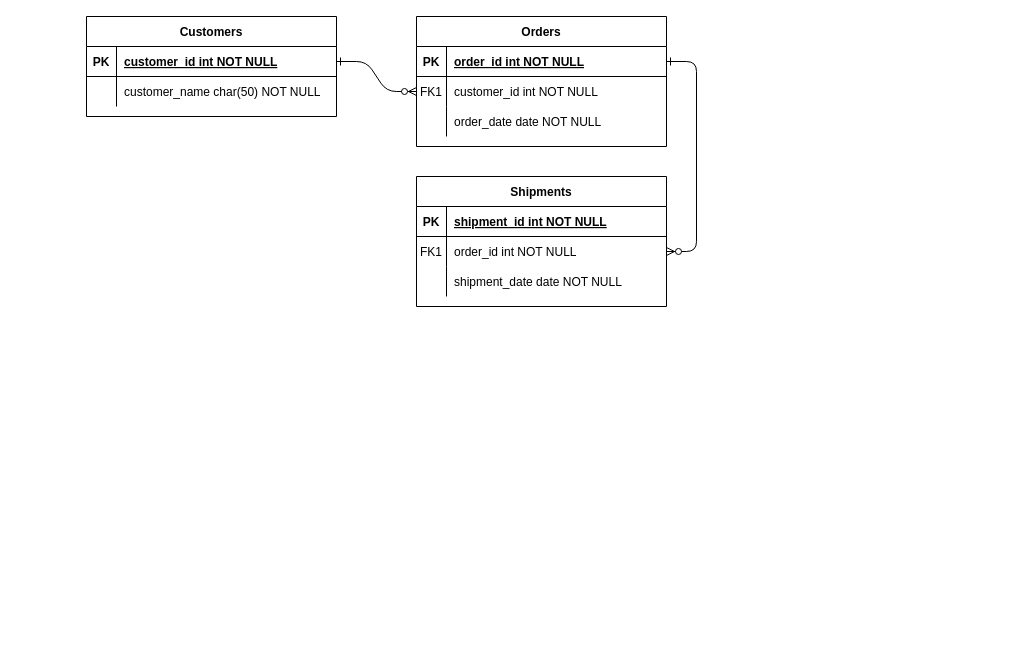
Earlier version of the draw.io diagram page "Table" (2 of 2) of wiki/Diagrams.drawio (alvarodwi/project-datsys). Source tidied: cells renumbered, new cells numbered last; positions are measured from the earlier drawing's top-left corner, leaving out a move shared by most shapes. Both pictures are drawn from the tidied source at 100%, with x=0, y=0 at pixel (86, 16).
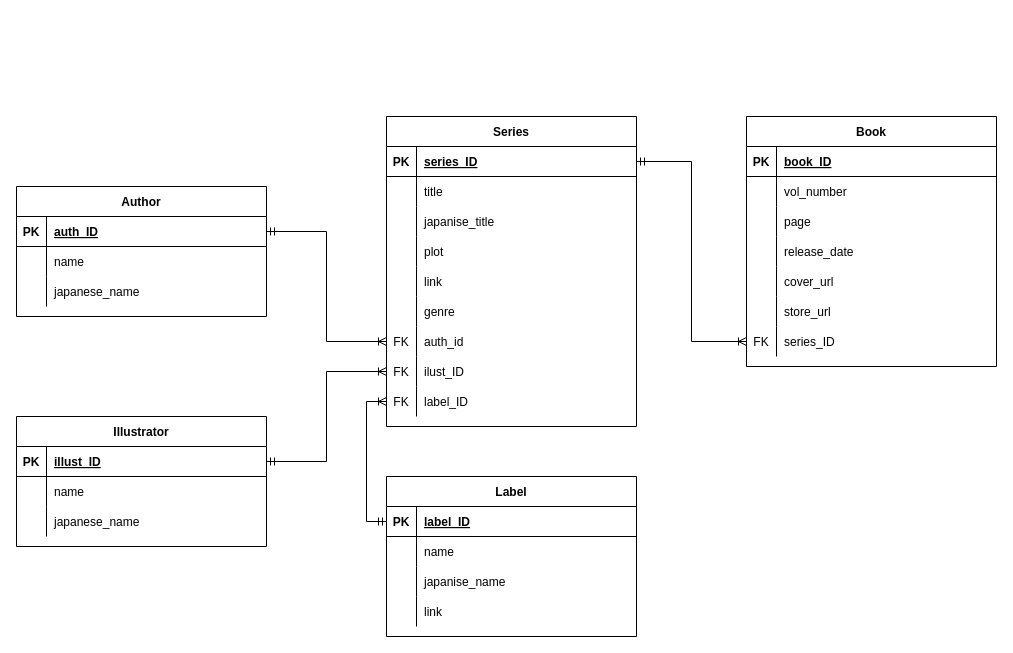
Above is the later version.

The change refers to these unchanged cells:
```xml
<mxCell id="5" style="shape=partialRectangle;fillColor=none;points=[[0,0.5],[1,0.5]];portConstraint=eastwest;top=0;left=0;right=0;bottom=1;" parent="4" vertex="1">
  <mxGeometry y="30" width="250" height="30" as="geometry" />
</mxCell>
<mxCell id="8" style="shape=partialRectangle;fillColor=none;points=[[0,0.5],[1,0.5]];portConstraint=eastwest;top=0;left=0;right=0;bottom=0;" parent="4" vertex="1">
  <mxGeometry y="60" width="250" height="30" as="geometry" />
</mxCell>
<mxCell id="11" style="shape=partialRectangle;fillColor=none;top=0;left=0;right=0;bottom=0;" parent="4" vertex="1">
  <mxGeometry y="90" width="250" height="30" as="geometry" />
</mxCell>
<mxCell id="25" style="shape=partialRectangle;fillColor=none;points=[[0,0.5],[1,0.5]];portConstraint=eastwest;top=0;left=0;right=0;bottom=1;" parent="24" vertex="1">
  <mxGeometry y="30" width="250" height="30" as="geometry" />
</mxCell>
<mxCell id="28" style="shape=partialRectangle;fillColor=none;top=0;left=0;right=0;bottom=0;" parent="24" vertex="1">
  <mxGeometry y="60" width="250" height="30" as="geometry" />
</mxCell>
```

What changed in the source:
```diff
@@
-    <mxCell id="2" style="edgeStyle=entityRelationEdgeStyle;endArrow=ERzeroToMany;startArrow=ERone;endFill=1;startFill=0;" parent="1" edge="1" source="25" target="8">
-      <mxGeometry relative="1" as="geometry" />
-    </mxCell>
-    <mxCell id="3" style="edgeStyle=entityRelationEdgeStyle;endArrow=ERzeroToMany;startArrow=ERone;endFill=1;startFill=0;" parent="1" edge="1" source="5" target="18">
-      <mxGeometry relative="1" as="geometry" />
-    </mxCell>
-    <mxCell id="4" value="Orders" style="shape=table;startSize=30;childLayout=tableLayout;rowLines=0;fontStyle=1;align=center;" parent="1" vertex="1">
-      <mxGeometry x="330" width="250" height="130" as="geometry" />
+    <mxCell id="4" value="Series" style="shape=table;startSize=30;childLayout=tableLayout;rowLines=0;fontStyle=1;align=center;" parent="1" vertex="1">
+      <mxGeometry x="300" y="100" width="250" height="310" as="geometry" />
     </mxCell>
@@
-    <mxCell id="7" value="order_id int NOT NULL " style="shape=partialRectangle;overflow=hidden;fillColor=none;top=0;left=0;bottom=0;right=0;align=left;spacingLeft=6;fontStyle=5;" parent="5" vertex="1">
+    <mxCell id="7" value="series_ID" style="shape=partialRectangle;overflow=hidden;fillColor=none;top=0;left=0;bottom=0;right=0;align=left;spacingLeft=6;fontStyle=5;" parent="5" vertex="1">
       <mxGeometry x="30" width="220" height="30" as="geometry" />
     </mxCell>
@@
-    <mxCell id="9" value="FK1" style="shape=partialRectangle;overflow=hidden;fillColor=none;top=0;left=0;bottom=0;right=0;" parent="8" vertex="1">
+    <mxCell id="9" style="shape=partialRectangle;overflow=hidden;fillColor=none;top=0;left=0;bottom=0;right=0;" parent="8" vertex="1">
       <mxGeometry width="30" height="30" as="geometry" />
     </mxCell>
-    <mxCell id="10" value="customer_id int NOT NULL" style="shape=partialRectangle;overflow=hidden;fillColor=none;top=0;left=0;bottom=0;right=0;align=left;spacingLeft=6;" parent="8" vertex="1">
+    <mxCell id="10" value="title" style="shape=partialRectangle;overflow=hidden;fillColor=none;top=0;left=0;bottom=0;right=0;align=left;spacingLeft=6;" parent="8" vertex="1">
       <mxGeometry x="30" width="220" height="30" as="geometry" />
     </mxCell>
@@
-    <mxCell id="13" value="order_date date NOT NULL" style="shape=partialRectangle;overflow=hidden;fillColor=none;top=0;left=0;bottom=0;right=0;align=left;spacingLeft=6;" parent="11" vertex="1">
+    <mxCell id="13" value="japanise_title" style="shape=partialRectangle;overflow=hidden;fillColor=none;top=0;left=0;bottom=0;right=0;align=left;spacingLeft=6;" parent="11" vertex="1">
       <mxGeometry x="30" width="220" height="30" as="geometry" />
     </mxCell>
-    <mxCell id="14" value="Shipments" style="shape=table;startSize=30;childLayout=tableLayout;rowLines=0;fontStyle=1;align=center;" parent="1" vertex="1">
-      <mxGeometry x="330" y="160" width="250" height="130" as="geometry" />
-    </mxCell>
-    <mxCell id="15" style="shape=partialRectangle;fillColor=none;top=0;left=0;right=0;bottom=1;" parent="14" vertex="1">
-      <mxGeometry y="30" width="250" height="30" as="geometry" />
-    </mxCell>
-    <mxCell id="16" value="PK" style="shape=partialRectangle;overflow=hidden;fillColor=none;top=0;left=0;bottom=0;right=0;fontStyle=1;" parent="15" vertex="1">
-      <mxGeometry width="30" height="30" as="geometry" />
-    </mxCell>
-    <mxCell id="17" value="shipment_id int NOT NULL " style="shape=partialRectangle;overflow=hidden;fillColor=none;top=0;left=0;bottom=0;right=0;align=left;spacingLeft=6;fontStyle=5;" parent="15" vertex="1">
-      <mxGeometry x="30" width="220" height="30" as="geometry" />
-    </mxCell>
-    <mxCell id="18" style="shape=partialRectangle;fillColor=none;points=[[0,0.5],[1,0.5]];portConstraint=eastwest;top=0;left=0;right=0;bottom=0;" parent="14" vertex="1">
-      <mxGeometry y="60" width="250" height="30" as="geometry" />
-    </mxCell>
-    <mxCell id="19" value="FK1" style="shape=partialRectangle;overflow=hidden;fillColor=none;top=0;left=0;bottom=0;right=0;" parent="18" vertex="1">
-      <mxGeometry width="30" height="30" as="geometry" />
-    </mxCell>
-    <mxCell id="20" value="order_id int NOT NULL" style="shape=partialRectangle;overflow=hidden;fillColor=none;top=0;left=0;bottom=0;right=0;align=left;spacingLeft=6;" parent="18" vertex="1">
-      <mxGeometry x="30" width="220" height="30" as="geometry" />
-    </mxCell>
-    <mxCell id="21" style="shape=partialRectangle;fillColor=none;top=0;left=0;right=0;bottom=0;" parent="14" vertex="1">
-      <mxGeometry y="90" width="250" height="30" as="geometry" />
-    </mxCell>
-    <mxCell id="22" style="shape=partialRectangle;overflow=hidden;fillColor=none;top=0;left=0;bottom=0;right=0;" parent="21" vertex="1">
-      <mxGeometry width="30" height="30" as="geometry" />
-    </mxCell>
-    <mxCell id="23" value="shipment_date date NOT NULL" style="shape=partialRectangle;overflow=hidden;fillColor=none;top=0;left=0;bottom=0;right=0;align=left;spacingLeft=6;" parent="21" vertex="1">
-      <mxGeometry x="30" width="220" height="30" as="geometry" />
-    </mxCell>
+    <mxCell id="31" style="shape=partialRectangle;fillColor=none;top=0;left=0;right=0;bottom=0;" parent="4" vertex="1">
+      <mxGeometry y="120" width="250" height="30" as="geometry" />
+    </mxCell>
+    <mxCell id="32" style="shape=partialRectangle;overflow=hidden;fillColor=none;top=0;left=0;bottom=0;right=0;" parent="31" vertex="1">
+      <mxGeometry width="30" height="30" as="geometry" />
+    </mxCell>
+    <mxCell id="33" value="plot" style="shape=partialRectangle;overflow=hidden;fillColor=none;top=0;left=0;bottom=0;right=0;align=left;spacingLeft=6;" parent="31" vertex="1">
+      <mxGeometry x="30" width="220" height="30" as="geometry" />
+    </mxCell>
+    <mxCell id="34" style="shape=partialRectangle;fillColor=none;top=0;left=0;right=0;bottom=0;" parent="4" vertex="1">
+      <mxGeometry y="150" width="250" height="30" as="geometry" />
+    </mxCell>
+    <mxCell id="35" style="shape=partialRectangle;overflow=hidden;fillColor=none;top=0;left=0;bottom=0;right=0;" parent="34" vertex="1">
+      <mxGeometry width="30" height="30" as="geometry" />
+    </mxCell>
+    <mxCell id="36" value="link" style="shape=partialRectangle;overflow=hidden;fillColor=none;top=0;left=0;bottom=0;right=0;align=left;spacingLeft=6;" parent="34" vertex="1">
+      <mxGeometry x="30" width="220" height="30" as="geometry" />
+    </mxCell>
+    <mxCell id="37" style="shape=partialRectangle;fillColor=none;top=0;left=0;right=0;bottom=0;" parent="4" vertex="1">
+      <mxGeometry y="180" width="250" height="30" as="geometry" />
+    </mxCell>
+    <mxCell id="38" style="shape=partialRectangle;overflow=hidden;fillColor=none;top=0;left=0;bottom=0;right=0;" parent="37" vertex="1">
+      <mxGeometry width="30" height="30" as="geometry" />
+    </mxCell>
+    <mxCell id="39" value="genre" style="shape=partialRectangle;overflow=hidden;fillColor=none;top=0;left=0;bottom=0;right=0;align=left;spacingLeft=6;" parent="37" vertex="1">
+      <mxGeometry x="30" width="220" height="30" as="geometry" />
+    </mxCell>
+    <mxCell id="40" style="shape=partialRectangle;fillColor=none;points=[[0,0.5],[1,0.5]];portConstraint=eastwest;top=0;left=0;right=0;bottom=0;" parent="4" vertex="1">
+      <mxGeometry y="210" width="250" height="30" as="geometry" />
+    </mxCell>
+    <mxCell id="41" value="FK" style="shape=partialRectangle;overflow=hidden;fillColor=none;top=0;left=0;bottom=0;right=0;" parent="40" vertex="1">
+      <mxGeometry width="30" height="30" as="geometry" />
+    </mxCell>
+    <mxCell id="42" value="auth_id" style="shape=partialRectangle;overflow=hidden;fillColor=none;top=0;left=0;bottom=0;right=0;align=left;spacingLeft=6;" parent="40" vertex="1">
+      <mxGeometry x="30" width="220" height="30" as="geometry" />
+    </mxCell>
+    <mxCell id="43" style="shape=partialRectangle;fillColor=none;points=[[0,0.5],[1,0.5]];portConstraint=eastwest;top=0;left=0;right=0;bottom=0;" parent="4" vertex="1">
+      <mxGeometry y="240" width="250" height="30" as="geometry" />
+    </mxCell>
+    <mxCell id="44" value="FK" style="shape=partialRectangle;overflow=hidden;fillColor=none;top=0;left=0;bottom=0;right=0;" parent="43" vertex="1">
+      <mxGeometry width="30" height="30" as="geometry" />
+    </mxCell>
+    <mxCell id="45" value="ilust_ID" style="shape=partialRectangle;overflow=hidden;fillColor=none;top=0;left=0;bottom=0;right=0;align=left;spacingLeft=6;" parent="43" vertex="1">
+      <mxGeometry x="30" width="220" height="30" as="geometry" />
+    </mxCell>
+    <mxCell id="46" style="shape=partialRectangle;fillColor=none;points=[[0,0.5],[1,0.5]];portConstraint=eastwest;top=0;left=0;right=0;bottom=0;" parent="4" vertex="1">
+      <mxGeometry y="270" width="250" height="30" as="geometry" />
+    </mxCell>
+    <mxCell id="47" value="FK" style="shape=partialRectangle;overflow=hidden;fillColor=none;top=0;left=0;bottom=0;right=0;" parent="46" vertex="1">
+      <mxGeometry width="30" height="30" as="geometry" />
+    </mxCell>
+    <mxCell id="48" value="label_ID" style="shape=partialRectangle;overflow=hidden;fillColor=none;top=0;left=0;bottom=0;right=0;align=left;spacingLeft=6;" parent="46" vertex="1">
+      <mxGeometry x="30" width="220" height="30" as="geometry" />
+    </mxCell>
-    <mxCell id="24" value="Customers" style="shape=table;startSize=30;childLayout=tableLayout;rowLines=0;fontStyle=1;align=center;" parent="1" vertex="1">
-      <mxGeometry width="250" height="100" as="geometry" />
+    <mxCell id="24" value="Author" style="shape=table;startSize=30;childLayout=tableLayout;rowLines=0;fontStyle=1;align=center;" parent="1" vertex="1">
+      <mxGeometry x="-70" y="170" width="250" height="130" as="geometry" />
     </mxCell>
@@
-    <mxCell id="27" value="customer_id int NOT NULL " style="shape=partialRectangle;overflow=hidden;fillColor=none;top=0;left=0;bottom=0;right=0;align=left;spacingLeft=6;fontStyle=5;" parent="25" vertex="1">
+    <mxCell id="27" value="auth_ID" style="shape=partialRectangle;overflow=hidden;fillColor=none;top=0;left=0;bottom=0;right=0;align=left;spacingLeft=6;fontStyle=5;" parent="25" vertex="1">
       <mxGeometry x="30" width="220" height="30" as="geometry" />
     </mxCell>
@@
-    <mxCell id="30" value="customer_name char(50) NOT NULL" style="shape=partialRectangle;overflow=hidden;fillColor=none;top=0;left=0;bottom=0;right=0;align=left;spacingLeft=6;" parent="28" vertex="1">
+    <mxCell id="30" value="name" style="shape=partialRectangle;overflow=hidden;fillColor=none;top=0;left=0;bottom=0;right=0;align=left;spacingLeft=6;" parent="28" vertex="1">
       <mxGeometry x="30" width="220" height="30" as="geometry" />
     </mxCell>
+    <mxCell id="49" style="shape=partialRectangle;fillColor=none;top=0;left=0;right=0;bottom=0;" parent="24" vertex="1">
+      <mxGeometry y="90" width="250" height="30" as="geometry" />
+    </mxCell>
+    <mxCell id="50" style="shape=partialRectangle;overflow=hidden;fillColor=none;top=0;left=0;bottom=0;right=0;" parent="49" vertex="1">
+      <mxGeometry width="30" height="30" as="geometry" />
+    </mxCell>
+    <mxCell id="51" value="japanese_name" style="shape=partialRectangle;overflow=hidden;fillColor=none;top=0;left=0;bottom=0;right=0;align=left;spacingLeft=6;" parent="49" vertex="1">
+      <mxGeometry x="30" width="220" height="30" as="geometry" />
+    </mxCell>
+    <mxCell id="52" value="Illustrator" style="shape=table;startSize=30;childLayout=tableLayout;rowLines=0;fontStyle=1;align=center;" parent="1" vertex="1">
+      <mxGeometry x="-70" y="400" width="250" height="130" as="geometry" />
+    </mxCell>
+    <mxCell id="53" style="shape=partialRectangle;fillColor=none;points=[[0,0.5],[1,0.5]];portConstraint=eastwest;top=0;left=0;right=0;bottom=1;" parent="52" vertex="1">
+      <mxGeometry y="30" width="250" height="30" as="geometry" />
+    </mxCell>
+    <mxCell id="54" value="PK" style="shape=partialRectangle;overflow=hidden;fillColor=none;top=0;left=0;bottom=0;right=0;fontStyle=1;" parent="53" vertex="1">
+      <mxGeometry width="30" height="30" as="geometry" />
+    </mxCell>
+    <mxCell id="55" value="illust_ID" style="shape=partialRectangle;overflow=hidden;fillColor=none;top=0;left=0;bottom=0;right=0;align=left;spacingLeft=6;fontStyle=5;" parent="53" vertex="1">
+      <mxGeometry x="30" width="220" height="30" as="geometry" />
+    </mxCell>
+    <mxCell id="56" style="shape=partialRectangle;fillColor=none;top=0;left=0;right=0;bottom=0;" parent="52" vertex="1">
+      <mxGeometry y="60" width="250" height="30" as="geometry" />
+    </mxCell>
+    <mxCell id="57" style="shape=partialRectangle;overflow=hidden;fillColor=none;top=0;left=0;bottom=0;right=0;" parent="56" vertex="1">
+      <mxGeometry width="30" height="30" as="geometry" />
+    </mxCell>
+    <mxCell id="58" value="name" style="shape=partialRectangle;overflow=hidden;fillColor=none;top=0;left=0;bottom=0;right=0;align=left;spacingLeft=6;" parent="56" vertex="1">
+      <mxGeometry x="30" width="220" height="30" as="geometry" />
+    </mxCell>
+    <mxCell id="59" style="shape=partialRectangle;fillColor=none;top=0;left=0;right=0;bottom=0;" parent="52" vertex="1">
+      <mxGeometry y="90" width="250" height="30" as="geometry" />
+    </mxCell>
+    <mxCell id="60" style="shape=partialRectangle;overflow=hidden;fillColor=none;top=0;left=0;bottom=0;right=0;" parent="59" vertex="1">
+      <mxGeometry width="30" height="30" as="geometry" />
+    </mxCell>
+    <mxCell id="61" value="japanese_name" style="shape=partialRectangle;overflow=hidden;fillColor=none;top=0;left=0;bottom=0;right=0;align=left;spacingLeft=6;" parent="59" vertex="1">
+      <mxGeometry x="30" width="220" height="30" as="geometry" />
+    </mxCell>
+    <mxCell id="62" value="Label" style="shape=table;startSize=30;childLayout=tableLayout;rowLines=0;fontStyle=1;align=center;" parent="1" vertex="1">
+      <mxGeometry x="300" y="460" width="250" height="160" as="geometry" />
+    </mxCell>
+    <mxCell id="63" style="shape=partialRectangle;fillColor=none;points=[[0,0.5],[1,0.5]];portConstraint=eastwest;top=0;left=0;right=0;bottom=1;" parent="62" vertex="1">
+      <mxGeometry y="30" width="250" height="30" as="geometry" />
+    </mxCell>
+    <mxCell id="64" value="PK" style="shape=partialRectangle;overflow=hidden;fillColor=none;top=0;left=0;bottom=0;right=0;fontStyle=1;" parent="63" vertex="1">
+      <mxGeometry width="30" height="30" as="geometry" />
+    </mxCell>
+    <mxCell id="65" value="label_ID" style="shape=partialRectangle;overflow=hidden;fillColor=none;top=0;left=0;bottom=0;right=0;align=left;spacingLeft=6;fontStyle=5;" parent="63" vertex="1">
+      <mxGeometry x="30" width="220" height="30" as="geometry" />
+    </mxCell>
+    <mxCell id="66" style="shape=partialRectangle;fillColor=none;top=0;left=0;right=0;bottom=0;" parent="62" vertex="1">
+      <mxGeometry y="60" width="250" height="30" as="geometry" />
+    </mxCell>
+    <mxCell id="67" style="shape=partialRectangle;overflow=hidden;fillColor=none;top=0;left=0;bottom=0;right=0;" parent="66" vertex="1">
+      <mxGeometry width="30" height="30" as="geometry" />
+    </mxCell>
+    <mxCell id="68" value="name" style="shape=partialRectangle;overflow=hidden;fillColor=none;top=0;left=0;bottom=0;right=0;align=left;spacingLeft=6;" parent="66" vertex="1">
+      <mxGeometry x="30" width="220" height="30" as="geometry" />
+    </mxCell>
+    <mxCell id="69" style="shape=partialRectangle;fillColor=none;top=0;left=0;right=0;bottom=0;" parent="62" vertex="1">
+      <mxGeometry y="90" width="250" height="30" as="geometry" />
+    </mxCell>
+    <mxCell id="70" style="shape=partialRectangle;overflow=hidden;fillColor=none;top=0;left=0;bottom=0;right=0;" parent="69" vertex="1">
+      <mxGeometry width="30" height="30" as="geometry" />
+    </mxCell>
+    <mxCell id="71" value="japanise_name" style="shape=partialRectangle;overflow=hidden;fillColor=none;top=0;left=0;bottom=0;right=0;align=left;spacingLeft=6;" parent="69" vertex="1">
+      <mxGeometry x="30" width="220" height="30" as="geometry" />
+    </mxCell>
+    <mxCell id="72" style="shape=partialRectangle;fillColor=none;top=0;left=0;right=0;bottom=0;" parent="62" vertex="1">
+      <mxGeometry y="120" width="250" height="30" as="geometry" />
+    </mxCell>
+    <mxCell id="73" style="shape=partialRectangle;overflow=hidden;fillColor=none;top=0;left=0;bottom=0;right=0;" parent="72" vertex="1">
+      <mxGeometry width="30" height="30" as="geometry" />
+    </mxCell>
+    <mxCell id="74" value="link" style="shape=partialRectangle;overflow=hidden;fillColor=none;top=0;left=0;bottom=0;right=0;align=left;spacingLeft=6;" parent="72" vertex="1">
+      <mxGeometry x="30" width="220" height="30" as="geometry" />
+    </mxCell>
+    <mxCell id="75" value="Book" style="shape=table;startSize=30;childLayout=tableLayout;rowLines=0;fontStyle=1;align=center;" parent="1" vertex="1">
+      <mxGeometry x="660" y="100" width="250" height="250" as="geometry" />
+    </mxCell>
+    <mxCell id="76" style="shape=partialRectangle;fillColor=none;top=0;left=0;right=0;bottom=1;" parent="75" vertex="1">
+      <mxGeometry y="30" width="250" height="30" as="geometry" />
+    </mxCell>
+    <mxCell id="77" value="PK" style="shape=partialRectangle;overflow=hidden;fillColor=none;top=0;left=0;bottom=0;right=0;fontStyle=1;" parent="76" vertex="1">
+      <mxGeometry width="30" height="30" as="geometry" />
+    </mxCell>
+    <mxCell id="78" value="book_ID" style="shape=partialRectangle;overflow=hidden;fillColor=none;top=0;left=0;bottom=0;right=0;align=left;spacingLeft=6;fontStyle=5;" parent="76" vertex="1">
+      <mxGeometry x="30" width="220" height="30" as="geometry" />
+    </mxCell>
+    <mxCell id="79" style="shape=partialRectangle;fillColor=none;top=0;left=0;right=0;bottom=0;" parent="75" vertex="1">
+      <mxGeometry y="60" width="250" height="30" as="geometry" />
+    </mxCell>
+    <mxCell id="80" style="shape=partialRectangle;overflow=hidden;fillColor=none;top=0;left=0;bottom=0;right=0;" parent="79" vertex="1">
+      <mxGeometry width="30" height="30" as="geometry" />
+    </mxCell>
+    <mxCell id="81" value="vol_number" style="shape=partialRectangle;overflow=hidden;fillColor=none;top=0;left=0;bottom=0;right=0;align=left;spacingLeft=6;" parent="79" vertex="1">
+      <mxGeometry x="30" width="220" height="30" as="geometry" />
+    </mxCell>
+    <mxCell id="82" style="shape=partialRectangle;fillColor=none;top=0;left=0;right=0;bottom=0;" parent="75" vertex="1">
+      <mxGeometry y="90" width="250" height="30" as="geometry" />
+    </mxCell>
+    <mxCell id="83" style="shape=partialRectangle;overflow=hidden;fillColor=none;top=0;left=0;bottom=0;right=0;" parent="82" vertex="1">
+      <mxGeometry width="30" height="30" as="geometry" />
+    </mxCell>
+    <mxCell id="84" value="page" style="shape=partialRectangle;overflow=hidden;fillColor=none;top=0;left=0;bottom=0;right=0;align=left;spacingLeft=6;" parent="82" vertex="1">
+      <mxGeometry x="30" width="220" height="30" as="geometry" />
+    </mxCell>
+    <mxCell id="85" style="shape=partialRectangle;fillColor=none;top=0;left=0;right=0;bottom=0;" parent="75" vertex="1">
+      <mxGeometry y="120" width="250" height="30" as="geometry" />
+    </mxCell>
+    <mxCell id="86" style="shape=partialRectangle;overflow=hidden;fillColor=none;top=0;left=0;bottom=0;right=0;" parent="85" vertex="1">
+      <mxGeometry width="30" height="30" as="geometry" />
+    </mxCell>
+    <mxCell id="87" value="release_date" style="shape=partialRectangle;overflow=hidden;fillColor=none;top=0;left=0;bottom=0;right=0;align=left;spacingLeft=6;" parent="85" vertex="1">
+      <mxGeometry x="30" width="220" height="30" as="geometry" />
+    </mxCell>
+    <mxCell id="88" style="shape=partialRectangle;fillColor=none;top=0;left=0;right=0;bottom=0;" parent="75" vertex="1">
+      <mxGeometry y="150" width="250" height="30" as="geometry" />
+    </mxCell>
+    <mxCell id="89" style="shape=partialRectangle;overflow=hidden;fillColor=none;top=0;left=0;bottom=0;right=0;" parent="88" vertex="1">
+      <mxGeometry width="30" height="30" as="geometry" />
+    </mxCell>
+    <mxCell id="90" value="cover_url" style="shape=partialRectangle;overflow=hidden;fillColor=none;top=0;left=0;bottom=0;right=0;align=left;spacingLeft=6;" parent="88" vertex="1">
+      <mxGeometry x="30" width="220" height="30" as="geometry" />
+    </mxCell>
+    <mxCell id="91" style="shape=partialRectangle;fillColor=none;top=0;left=0;right=0;bottom=0;" parent="75" vertex="1">
+      <mxGeometry y="180" width="250" height="30" as="geometry" />
+    </mxCell>
+    <mxCell id="92" style="shape=partialRectangle;overflow=hidden;fillColor=none;top=0;left=0;bottom=0;right=0;" parent="91" vertex="1">
+      <mxGeometry width="30" height="30" as="geometry" />
+    </mxCell>
+    <mxCell id="93" value="store_url" style="shape=partialRectangle;overflow=hidden;fillColor=none;top=0;left=0;bottom=0;right=0;align=left;spacingLeft=6;" parent="91" vertex="1">
+      <mxGeometry x="30" width="220" height="30" as="geometry" />
+    </mxCell>
+    <mxCell id="94" style="shape=partialRectangle;fillColor=none;points=[[0,0.5],[1,0.5]];portConstraint=eastwest;top=0;left=0;right=0;bottom=0;" parent="75" vertex="1">
+      <mxGeometry y="210" width="250" height="30" as="geometry" />
+    </mxCell>
+    <mxCell id="95" value="FK" style="shape=partialRectangle;overflow=hidden;fillColor=none;top=0;left=0;bottom=0;right=0;" parent="94" vertex="1">
+      <mxGeometry width="30" height="30" as="geometry" />
+    </mxCell>
+    <mxCell id="96" value="series_ID" style="shape=partialRectangle;overflow=hidden;fillColor=none;top=0;left=0;bottom=0;right=0;align=left;spacingLeft=6;" parent="94" vertex="1">
+      <mxGeometry x="30" width="220" height="30" as="geometry" />
+    </mxCell>
+    <mxCell id="97" style="edgeStyle=orthogonalEdgeStyle;rounded=0;jettySize=auto;html=1;entryX=1;entryY=0.5;entryDx=0;entryDy=0;endArrow=ERmandOne;endFill=0;startArrow=ERoneToMany;startFill=0;" parent="1" edge="1" source="94" target="5">
+      <mxGeometry relative="1" as="geometry" />
+    </mxCell>
+    <mxCell id="98" style="edgeStyle=orthogonalEdgeStyle;rounded=0;jettySize=auto;html=1;entryX=1;entryY=0.5;entryDx=0;entryDy=0;startArrow=ERoneToMany;startFill=0;endArrow=ERmandOne;endFill=0;" parent="1" edge="1" source="40" target="25">
+      <mxGeometry relative="1" as="geometry" />
+    </mxCell>
+    <mxCell id="99" style="edgeStyle=orthogonalEdgeStyle;rounded=0;jettySize=auto;html=1;entryX=1;entryY=0.5;entryDx=0;entryDy=0;endArrow=ERmandOne;endFill=0;startArrow=ERoneToMany;startFill=0;" parent="1" edge="1" source="43" target="53">
+      <mxGeometry relative="1" as="geometry" />
+    </mxCell>
+    <mxCell id="100" style="edgeStyle=orthogonalEdgeStyle;rounded=0;jettySize=auto;html=1;entryX=0;entryY=0.5;entryDx=0;entryDy=0;startArrow=ERoneToMany;startFill=0;endArrow=ERmandOne;endFill=0;" parent="1" edge="1" source="46" target="63">
+      <mxGeometry relative="1" as="geometry" />
+    </mxCell>
```
